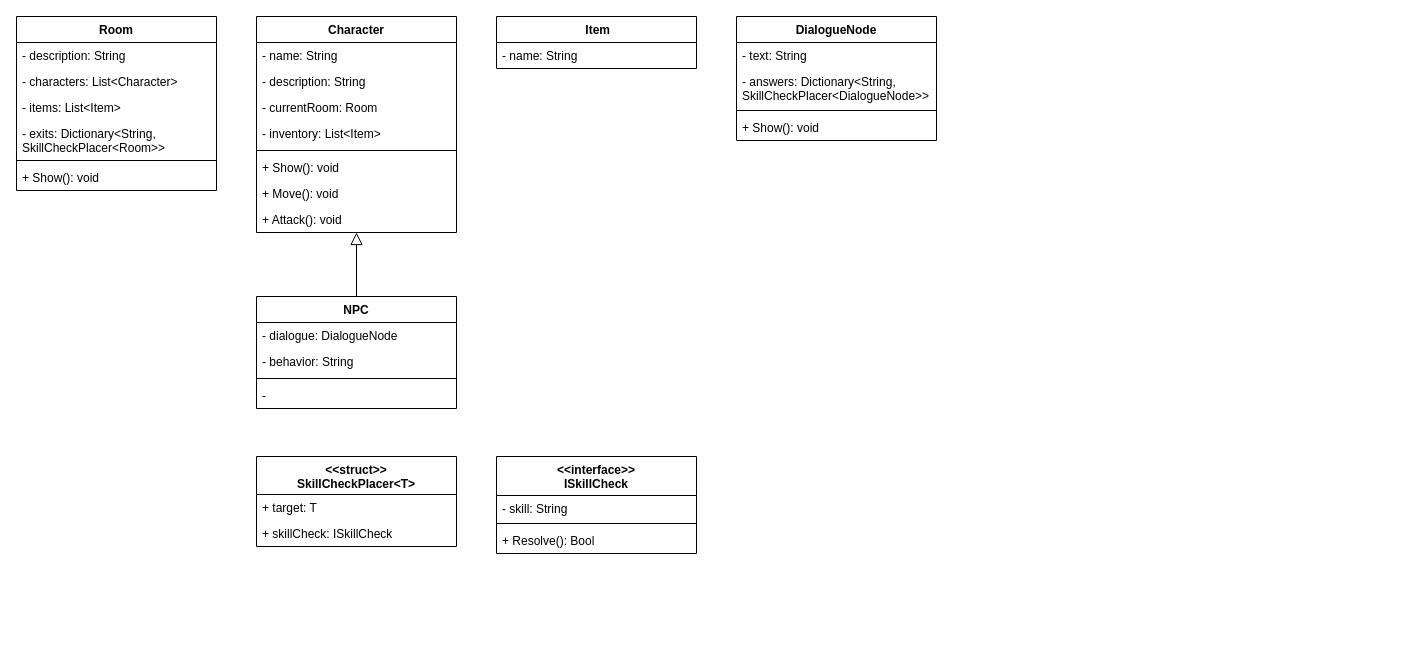
Before: page "Classes" (2 of 3) of Diagrams/Legends of Antir Diagrams.drawio in qogoist/LegendsOfAntir, a draw.io diagram. Source tidied: cells renumbered, new cells numbered last; positions are measured from the earlier drawing's top-left corner, leaving out a move shared by most shapes. Both pictures are drawn from the tidied source at 100%, with x=0, y=0 at pixel (16, 16).
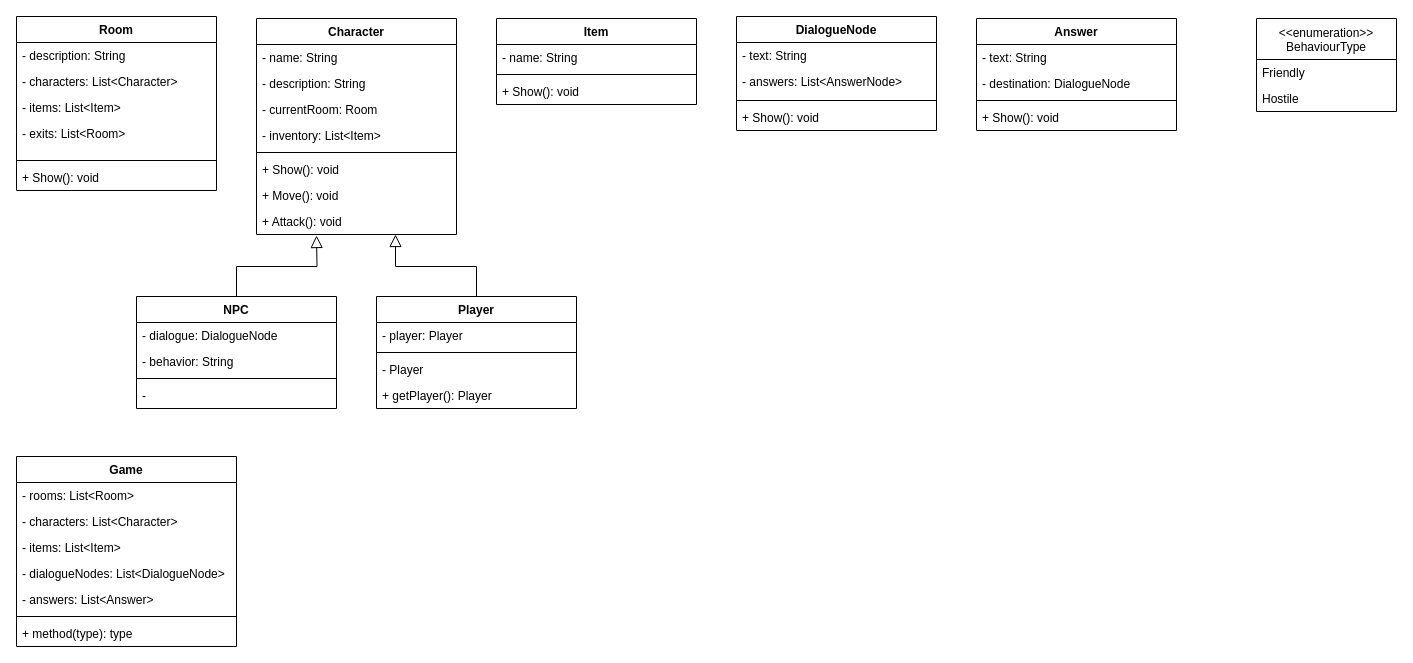
After the change.

Unchanged cells that the change refers to:
```xml
<mxCell id="2" value="Room" style="swimlane;fontStyle=1;align=center;verticalAlign=top;horizontal=1;startSize=26;" parent="1" vertex="1">
  <mxGeometry width="200" height="174" as="geometry" />
</mxCell>
<mxCell id="17" value="+ Attack(): void" style="text;strokeColor=none;fillColor=none;align=left;verticalAlign=top;spacingLeft=4;spacingRight=4;overflow=hidden;points=[[0,0.5],[1,0.5]];portConstraint=eastwest;fontSize=12;" parent="9" vertex="1">
  <mxGeometry y="190" width="200" height="26" as="geometry" />
</mxCell>
```

What changed in the source:
```diff
@@
-    <mxCell id="6" value="- exits: Dictionary&lt;String,&#10;SkillCheckPlacer&lt;Room&gt;&gt;" style="text;strokeColor=none;fillColor=none;align=left;verticalAlign=top;spacingLeft=4;spacingRight=4;overflow=hidden;" parent="2" vertex="1">
+    <mxCell id="6" value="- exits: List&lt;Room&gt;" style="text;strokeColor=none;fillColor=none;align=left;verticalAlign=top;spacingLeft=4;spacingRight=4;overflow=hidden;" parent="2" vertex="1">
       <mxGeometry y="104" width="200" height="36" as="geometry" />
     </mxCell>
@@
     <mxCell id="9" value="Character" style="swimlane;fontStyle=1;align=center;verticalAlign=top;horizontal=1;startSize=26;" parent="1" vertex="1">
-      <mxGeometry x="240" width="200" height="216" as="geometry" />
+      <mxGeometry x="240" y="2" width="200" height="216" as="geometry" />
     </mxCell>
@@
-    <mxCell id="18" style="edgeStyle=orthogonalEdgeStyle;rounded=0;jettySize=auto;html=1;endArrow=block;endFill=0;strokeWidth=1;endSize=10;" parent="1" edge="1" source="19" target="9">
-      <mxGeometry relative="1" as="geometry" />
-    </mxCell>
+    <mxCell id="38" style="edgeStyle=orthogonalEdgeStyle;rounded=0;jettySize=auto;html=1;endArrow=block;endFill=0;endSize=10;" parent="1" edge="1" source="19">
+      <mxGeometry relative="1" as="geometry">
+        <mxPoint x="300" y="219" as="targetPoint" />
+      </mxGeometry>
+    </mxCell>
     <mxCell id="19" value="NPC" style="swimlane;fontStyle=1;align=center;verticalAlign=top;horizontal=1;startSize=26;" parent="1" vertex="1">
-      <mxGeometry x="240" y="280" width="200" height="112" as="geometry" />
+      <mxGeometry x="120" y="280" width="200" height="112" as="geometry" />
     </mxCell>
@@
-    <mxCell id="24" value=" Item" style="swimlane;fontStyle=1;align=center;verticalAlign=top;horizontal=1;startSize=26;" parent="1" vertex="1">
-      <mxGeometry x="480" width="200" height="52" as="geometry" />
-    </mxCell>
-    <mxCell id="25" value="- name: String" style="text;strokeColor=none;fillColor=none;align=left;verticalAlign=top;spacingLeft=4;spacingRight=4;overflow=hidden;" parent="24" vertex="1">
-      <mxGeometry y="26" width="200" height="26" as="geometry" />
-    </mxCell>
     <mxCell id="26" value="DialogueNode" style="swimlane;fontStyle=1;align=center;verticalAlign=top;horizontal=1;startSize=26;" parent="1" vertex="1">
-      <mxGeometry x="720" width="200" height="124" as="geometry" />
+      <mxGeometry x="720" width="200" height="114" as="geometry" />
     </mxCell>
@@
-    <mxCell id="28" value="- answers: Dictionary&lt;String, &#10;SkillCheckPlacer&lt;DialogueNode&gt;&gt;" style="text;strokeColor=none;fillColor=none;align=left;verticalAlign=top;spacingLeft=4;spacingRight=4;overflow=hidden;" parent="26" vertex="1">
-      <mxGeometry y="52" width="200" height="38" as="geometry" />
+    <mxCell id="28" value="- answers: List&lt;AnswerNode&gt;" style="text;strokeColor=none;fillColor=none;align=left;verticalAlign=top;spacingLeft=4;spacingRight=4;overflow=hidden;" parent="26" vertex="1">
+      <mxGeometry y="52" width="200" height="28" as="geometry" />
     </mxCell>
     <mxCell id="29" style="line;strokeWidth=1;fillColor=none;align=left;verticalAlign=middle;spacingTop=-1;spacingLeft=3;spacingRight=3;labelPosition=right;" parent="26" vertex="1">
-      <mxGeometry y="90" width="200" height="8" as="geometry" />
+      <mxGeometry y="80" width="200" height="8" as="geometry" />
     </mxCell>
     <mxCell id="30" value="+ Show(): void" style="text;strokeColor=none;fillColor=none;align=left;verticalAlign=top;spacingLeft=4;spacingRight=4;overflow=hidden;" parent="26" vertex="1">
-      <mxGeometry y="98" width="200" height="26" as="geometry" />
+      <mxGeometry y="88" width="200" height="26" as="geometry" />
     </mxCell>
-    <mxCell id="31" value="&lt;&lt;interface&gt;&gt;&#10;ISkillCheck" style="swimlane;fontStyle=1;align=center;verticalAlign=top;horizontal=1;startSize=39;" parent="1" vertex="1">
-      <mxGeometry x="480" y="440" width="200" height="97" as="geometry" />
-    </mxCell>
-    <mxCell id="32" value="- skill: String" style="text;strokeColor=none;fillColor=none;align=left;verticalAlign=top;spacingLeft=4;spacingRight=4;overflow=hidden;" parent="31" vertex="1">
-      <mxGeometry y="39" width="200" height="24" as="geometry" />
-    </mxCell>
-    <mxCell id="33" style="line;strokeWidth=1;fillColor=none;align=left;verticalAlign=middle;spacingTop=-1;spacingLeft=3;spacingRight=3;labelPosition=right;" parent="31" vertex="1">
-      <mxGeometry y="63" width="200" height="8" as="geometry" />
-    </mxCell>
-    <mxCell id="34" value="+ Resolve(): Bool" style="text;strokeColor=none;fillColor=none;align=left;verticalAlign=top;spacingLeft=4;spacingRight=4;overflow=hidden;" parent="31" vertex="1">
-      <mxGeometry y="71" width="200" height="26" as="geometry" />
-    </mxCell>
-    <mxCell id="35" value="&lt;&lt;struct&gt;&gt;&#10;SkillCheckPlacer&lt;T&gt;" style="swimlane;fontStyle=1;align=center;verticalAlign=top;horizontal=1;startSize=38;" parent="1" vertex="1">
-      <mxGeometry x="240" y="440" width="200" height="90" as="geometry" />
-    </mxCell>
-    <mxCell id="36" value="+ target: T" style="text;strokeColor=none;fillColor=none;align=left;verticalAlign=top;spacingLeft=4;spacingRight=4;overflow=hidden;" parent="35" vertex="1">
-      <mxGeometry y="38" width="200" height="26" as="geometry" />
-    </mxCell>
-    <mxCell id="37" value="+ skillCheck: ISkillCheck" style="text;strokeColor=none;fillColor=none;align=left;verticalAlign=top;spacingLeft=4;spacingRight=4;overflow=hidden;" parent="35" vertex="1">
-      <mxGeometry y="64" width="200" height="26" as="geometry" />
-    </mxCell>
+    <mxCell id="39" value="Answer" style="swimlane;fontStyle=1;align=center;verticalAlign=top;horizontal=1;startSize=26;fillColor=none;" parent="1" vertex="1">
+      <mxGeometry x="960" y="2" width="200" height="112" as="geometry" />
+    </mxCell>
+    <mxCell id="40" value="- text: String" style="text;strokeColor=none;fillColor=none;align=left;verticalAlign=top;spacingLeft=4;spacingRight=4;overflow=hidden;" parent="39" vertex="1">
+      <mxGeometry y="26" width="200" height="26" as="geometry" />
+    </mxCell>
+    <mxCell id="41" value="- destination: DialogueNode" style="text;strokeColor=none;fillColor=none;align=left;verticalAlign=top;spacingLeft=4;spacingRight=4;overflow=hidden;" parent="39" vertex="1">
+      <mxGeometry y="52" width="200" height="26" as="geometry" />
+    </mxCell>
+    <mxCell id="42" style="line;strokeWidth=1;fillColor=none;align=left;verticalAlign=middle;spacingTop=-1;spacingLeft=3;spacingRight=3;labelPosition=right;" parent="39" vertex="1">
+      <mxGeometry y="78" width="200" height="8" as="geometry" />
+    </mxCell>
+    <mxCell id="43" value="+ Show(): void" style="text;strokeColor=none;fillColor=none;align=left;verticalAlign=top;spacingLeft=4;spacingRight=4;overflow=hidden;" parent="39" vertex="1">
+      <mxGeometry y="86" width="200" height="26" as="geometry" />
+    </mxCell>
+    <mxCell id="24" value="Item" style="swimlane;fontStyle=1;align=center;verticalAlign=top;horizontal=1;startSize=26;fillColor=none;" parent="1" vertex="1">
+      <mxGeometry x="480" y="2" width="200" height="86" as="geometry" />
+    </mxCell>
+    <mxCell id="25" value="- name: String" style="text;strokeColor=none;fillColor=none;align=left;verticalAlign=top;spacingLeft=4;spacingRight=4;overflow=hidden;" parent="24" vertex="1">
+      <mxGeometry y="26" width="200" height="26" as="geometry" />
+    </mxCell>
+    <mxCell id="44" style="line;strokeWidth=1;fillColor=none;align=left;verticalAlign=middle;spacingTop=-1;spacingLeft=3;spacingRight=3;labelPosition=right;" parent="24" vertex="1">
+      <mxGeometry y="52" width="200" height="8" as="geometry" />
+    </mxCell>
+    <mxCell id="45" value="+ Show(): void" style="text;strokeColor=none;fillColor=none;align=left;verticalAlign=top;spacingLeft=4;spacingRight=4;overflow=hidden;" parent="24" vertex="1">
+      <mxGeometry y="60" width="200" height="26" as="geometry" />
+    </mxCell>
+    <mxCell id="46" value="Game" style="swimlane;fontStyle=1;align=center;verticalAlign=top;horizontal=1;startSize=26;fillColor=none;" parent="1" vertex="1">
+      <mxGeometry y="440" width="220" height="190" as="geometry" />
+    </mxCell>
+    <mxCell id="47" value="- rooms: List&lt;Room&gt;" style="text;strokeColor=none;fillColor=none;align=left;verticalAlign=top;spacingLeft=4;spacingRight=4;overflow=hidden;" parent="46" vertex="1">
+      <mxGeometry y="26" width="220" height="26" as="geometry" />
+    </mxCell>
+    <mxCell id="48" value="- characters: List&lt;Character&gt;" style="text;strokeColor=none;fillColor=none;align=left;verticalAlign=top;spacingLeft=4;spacingRight=4;overflow=hidden;" parent="46" vertex="1">
+      <mxGeometry y="52" width="220" height="26" as="geometry" />
+    </mxCell>
+    <mxCell id="49" value="- items: List&lt;Item&gt;" style="text;strokeColor=none;fillColor=none;align=left;verticalAlign=top;spacingLeft=4;spacingRight=4;overflow=hidden;" parent="46" vertex="1">
+      <mxGeometry y="78" width="220" height="26" as="geometry" />
+    </mxCell>
+    <mxCell id="50" value="- dialogueNodes: List&lt;DialogueNode&gt;" style="text;strokeColor=none;fillColor=none;align=left;verticalAlign=top;spacingLeft=4;spacingRight=4;overflow=hidden;" parent="46" vertex="1">
+      <mxGeometry y="104" width="220" height="26" as="geometry" />
+    </mxCell>
+    <mxCell id="51" value="- answers: List&lt;Answer&gt;" style="text;strokeColor=none;fillColor=none;align=left;verticalAlign=top;spacingLeft=4;spacingRight=4;overflow=hidden;" parent="46" vertex="1">
+      <mxGeometry y="130" width="220" height="26" as="geometry" />
+    </mxCell>
+    <mxCell id="52" style="line;strokeWidth=1;fillColor=none;align=left;verticalAlign=middle;spacingTop=-1;spacingLeft=3;spacingRight=3;labelPosition=right;" parent="46" vertex="1">
+      <mxGeometry y="156" width="220" height="8" as="geometry" />
+    </mxCell>
+    <mxCell id="53" value="+ method(type): type" style="text;strokeColor=none;fillColor=none;align=left;verticalAlign=top;spacingLeft=4;spacingRight=4;overflow=hidden;" parent="46" vertex="1">
+      <mxGeometry y="164" width="220" height="26" as="geometry" />
+    </mxCell>
+    <mxCell id="54" style="edgeStyle=orthogonalEdgeStyle;rounded=0;jettySize=auto;html=1;endArrow=block;endFill=0;endSize=10;entryX=0.695;entryY=1;entryDx=0;entryDy=0;entryPerimeter=0;" parent="1" edge="1" source="55" target="17">
+      <mxGeometry relative="1" as="geometry">
+        <Array as="points">
+          <mxPoint x="460" y="250" />
+          <mxPoint x="379" y="250" />
+        </Array>
+      </mxGeometry>
+    </mxCell>
+    <mxCell id="55" value="Player" style="swimlane;fontStyle=1;align=center;verticalAlign=top;horizontal=1;startSize=26;fillColor=none;" parent="1" vertex="1">
+      <mxGeometry x="360" y="280" width="200" height="112" as="geometry" />
+    </mxCell>
+    <mxCell id="56" value="- player: Player" style="text;strokeColor=none;fillColor=none;align=left;verticalAlign=top;spacingLeft=4;spacingRight=4;overflow=hidden;" parent="55" vertex="1">
+      <mxGeometry y="26" width="200" height="26" as="geometry" />
+    </mxCell>
+    <mxCell id="57" style="line;strokeWidth=1;fillColor=none;align=left;verticalAlign=middle;spacingTop=-1;spacingLeft=3;spacingRight=3;labelPosition=right;" parent="55" vertex="1">
+      <mxGeometry y="52" width="200" height="8" as="geometry" />
+    </mxCell>
+    <mxCell id="58" value="- Player" style="text;strokeColor=none;fillColor=none;align=left;verticalAlign=top;spacingLeft=4;spacingRight=4;overflow=hidden;" parent="55" vertex="1">
+      <mxGeometry y="60" width="200" height="26" as="geometry" />
+    </mxCell>
+    <mxCell id="59" value="+ getPlayer(): Player" style="text;strokeColor=none;fillColor=none;align=left;verticalAlign=top;spacingLeft=4;spacingRight=4;overflow=hidden;" parent="55" vertex="1">
+      <mxGeometry y="86" width="200" height="26" as="geometry" />
+    </mxCell>
+    <mxCell id="60" value="&lt;&lt;enumeration&gt;&gt;&#10;BehaviourType" style="swimlane;fontStyle=0;horizontal=1;startSize=41;fillColor=none;" parent="1" vertex="1">
+      <mxGeometry x="1240" y="2" width="140" height="93" as="geometry" />
+    </mxCell>
+    <mxCell id="61" value="Friendly" style="text;strokeColor=none;fillColor=none;align=left;verticalAlign=top;spacingLeft=4;spacingRight=4;overflow=hidden;" parent="60" vertex="1">
+      <mxGeometry y="41" width="140" height="26" as="geometry" />
+    </mxCell>
+    <mxCell id="62" value="Hostile" style="text;strokeColor=none;fillColor=none;align=left;verticalAlign=top;spacingLeft=4;spacingRight=4;overflow=hidden;" parent="60" vertex="1">
+      <mxGeometry y="67" width="140" height="26" as="geometry" />
+    </mxCell>
```
